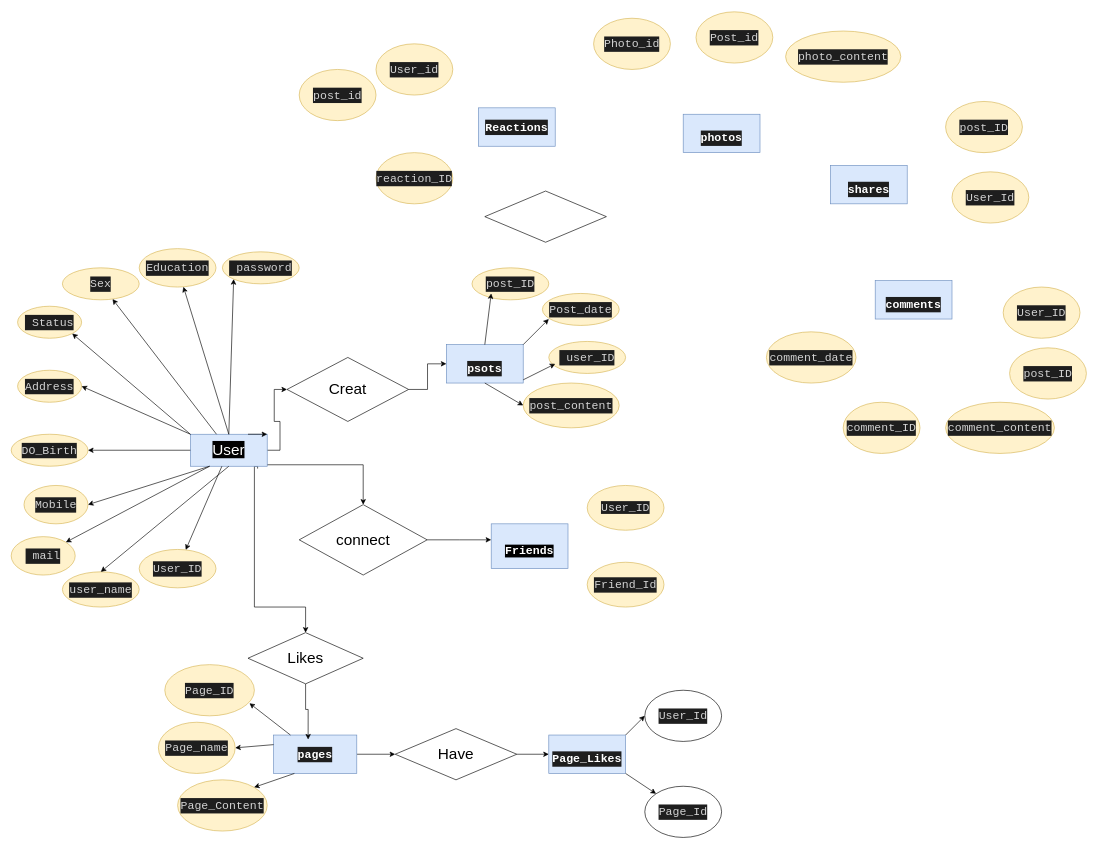
Earlier version of the draw.io diagram weyou/Untitled Diagram.drawio (elarabyelaidy19/database_of_databases). Source tidied: cells renumbered, new cells numbered last; positions are measured from the earlier drawing's top-left corner, leaving out a move shared by most shapes. Both pictures are drawn from the tidied source at 64%, with x=0, y=0 at pixel (11, 12).
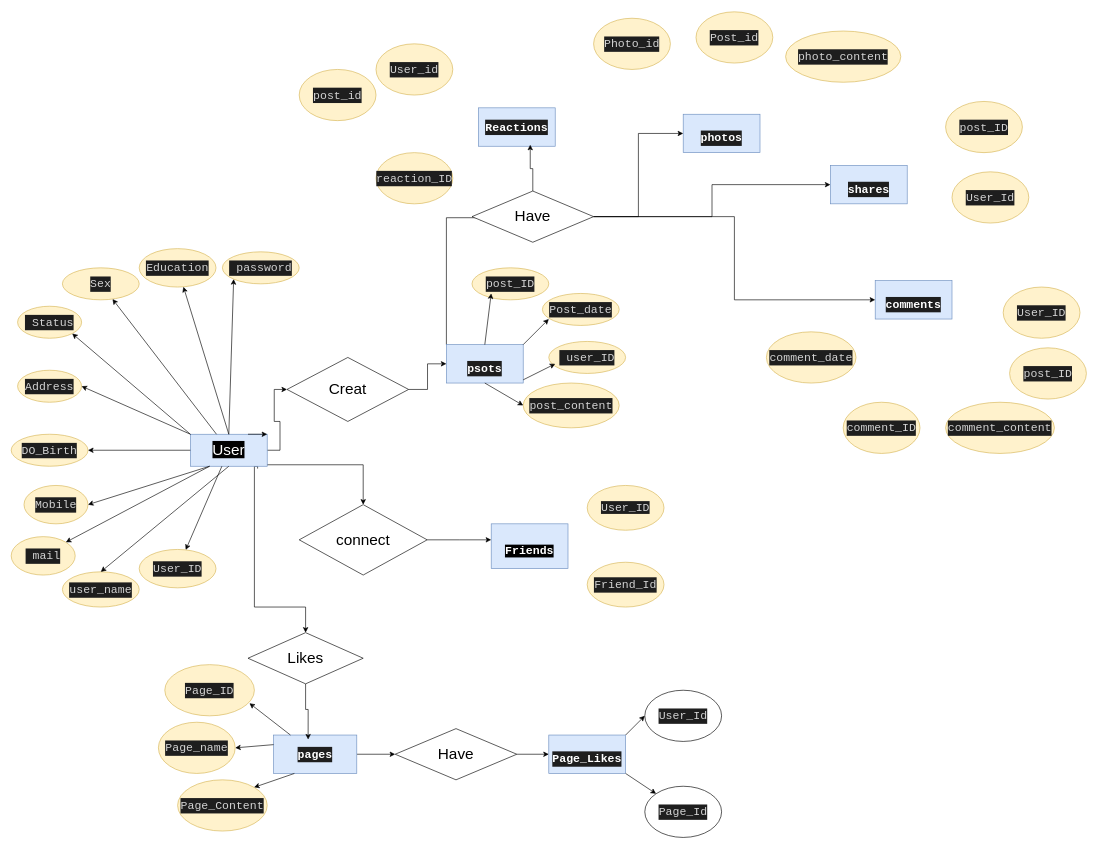
After the change.

Commit message:
Relationships Type

Unchanged cells that the change refers to:
```xml
<mxCell id="2" value="&lt;font color=&quot;#ffffff&quot;&gt;&lt;br&gt;&lt;br&gt;&lt;/font&gt;&lt;div style=&quot;background-color: rgb(30 , 30 , 30) ; font-family: &amp;#34;consolas&amp;#34; , &amp;#34;courier new&amp;#34; , monospace ; font-weight: normal ; font-size: 18px ; line-height: 24px&quot;&gt;&lt;div&gt;&lt;span style=&quot;font-weight: bold&quot;&gt;&lt;font color=&quot;#ffffff&quot;&gt;comments&lt;/font&gt;&lt;/span&gt;&lt;/div&gt;&lt;/div&gt;&lt;font color=&quot;#ffffff&quot;&gt;&lt;br&gt;&lt;/font&gt;" style="rounded=0;whiteSpace=wrap;html=1;fillColor=#dae8fc;strokeColor=#6c8ebf;" parent="1" vertex="1">
  <mxGeometry x="1350" y="420" width="120" height="60" as="geometry" />
</mxCell>
<mxCell id="5" value="&lt;font color=&quot;#ffffff&quot;&gt;&lt;br&gt;&lt;br&gt;&lt;/font&gt;&lt;div style=&quot;background-color: rgb(30 , 30 , 30) ; font-family: &amp;#34;consolas&amp;#34; , &amp;#34;courier new&amp;#34; , monospace ; font-weight: normal ; font-size: 18px ; line-height: 24px&quot;&gt;&lt;div&gt;&lt;span style=&quot;font-weight: bold&quot;&gt;&lt;font color=&quot;#ffffff&quot;&gt;photos&lt;/font&gt;&lt;/span&gt;&lt;/div&gt;&lt;/div&gt;&lt;font color=&quot;#ffffff&quot;&gt;&lt;br&gt;&lt;/font&gt;" style="rounded=0;whiteSpace=wrap;html=1;fillColor=#dae8fc;strokeColor=#6c8ebf;" parent="1" vertex="1">
  <mxGeometry x="1050" y="160" width="120" height="60" as="geometry" />
</mxCell>
<mxCell id="12" value="&lt;font color=&quot;#ffffff&quot;&gt;&lt;br&gt;&lt;br&gt;&lt;/font&gt;&lt;div style=&quot;background-color: rgb(30 , 30 , 30) ; font-family: &amp;#34;consolas&amp;#34; , &amp;#34;courier new&amp;#34; , monospace ; font-weight: normal ; font-size: 18px ; line-height: 24px&quot;&gt;&lt;div&gt;&lt;span style=&quot;font-weight: bold&quot;&gt;&lt;font color=&quot;#ffffff&quot;&gt;psots&lt;/font&gt;&lt;/span&gt;&lt;/div&gt;&lt;/div&gt;&lt;font color=&quot;#ffffff&quot;&gt;&lt;br&gt;&lt;/font&gt;" style="rounded=0;whiteSpace=wrap;html=1;fillColor=#dae8fc;strokeColor=#6c8ebf;" parent="1" vertex="1">
  <mxGeometry x="680" y="520" width="120" height="60" as="geometry" />
</mxCell>
<mxCell id="13" value="&lt;font color=&quot;#ffffff&quot;&gt;&lt;br&gt;&lt;br&gt;&lt;/font&gt;&lt;div style=&quot;background-color: rgb(30 , 30 , 30) ; font-family: &amp;#34;consolas&amp;#34; , &amp;#34;courier new&amp;#34; , monospace ; font-weight: normal ; font-size: 18px ; line-height: 24px&quot;&gt;&lt;div&gt;&lt;span style=&quot;font-weight: bold&quot;&gt;&lt;font color=&quot;#ffffff&quot;&gt;shares&lt;/font&gt;&lt;/span&gt;&lt;/div&gt;&lt;/div&gt;&lt;font color=&quot;#ffffff&quot;&gt;&lt;br&gt;&lt;/font&gt;" style="rounded=0;whiteSpace=wrap;html=1;fillColor=#dae8fc;strokeColor=#6c8ebf;" parent="1" vertex="1">
  <mxGeometry x="1280" y="240" width="120" height="60" as="geometry" />
</mxCell>
<mxCell id="14" value="&lt;div style=&quot;background-color: rgb(30 , 30 , 30) ; font-family: &amp;#34;consolas&amp;#34; , &amp;#34;courier new&amp;#34; , monospace ; font-size: 18px ; line-height: 24px&quot;&gt;&lt;span style=&quot;font-weight: bold&quot;&gt;&lt;font color=&quot;#ffffff&quot;&gt;Reactions&lt;/font&gt;&lt;/span&gt;&lt;/div&gt;" style="rounded=0;whiteSpace=wrap;html=1;fillColor=#dae8fc;strokeColor=#6c8ebf;" parent="1" vertex="1">
  <mxGeometry x="730" y="150" width="120" height="60" as="geometry" />
</mxCell>
```

Diff of the diagram source:
```diff
@@
+    <mxCell id="79" style="edgeStyle=orthogonalEdgeStyle;rounded=0;jettySize=auto;html=1;exitX=0;exitY=0;exitDx=0;exitDy=0;entryX=0.111;entryY=0.521;entryDx=0;entryDy=0;entryPerimeter=0;" parent="1" edge="1" source="12" target="53">
+      <mxGeometry relative="1" as="geometry">
+        <Array as="points">
+          <mxPoint x="680" y="322" />
+        </Array>
+      </mxGeometry>
+    </mxCell>
@@
+    <mxCell id="80" style="edgeStyle=orthogonalEdgeStyle;rounded=0;jettySize=auto;html=1;exitX=0.5;exitY=0;exitDx=0;exitDy=0;entryX=0.675;entryY=0.961;entryDx=0;entryDy=0;entryPerimeter=0;" parent="1" edge="1" source="53" target="14">
+      <mxGeometry relative="1" as="geometry" />
+    </mxCell>
+    <mxCell id="81" style="edgeStyle=orthogonalEdgeStyle;rounded=0;jettySize=auto;html=1;exitX=1;exitY=0.5;exitDx=0;exitDy=0;entryX=0;entryY=0.5;entryDx=0;entryDy=0;" parent="1" edge="1" source="53" target="5">
+      <mxGeometry relative="1" as="geometry">
+        <Array as="points">
+          <mxPoint x="980" y="320" />
+          <mxPoint x="980" y="190" />
+        </Array>
+      </mxGeometry>
+    </mxCell>
+    <mxCell id="82" style="edgeStyle=orthogonalEdgeStyle;rounded=0;jettySize=auto;html=1;entryX=0;entryY=0.5;entryDx=0;entryDy=0;" parent="1" edge="1" source="53" target="13">
+      <mxGeometry relative="1" as="geometry" />
+    </mxCell>
+    <mxCell id="83" style="edgeStyle=orthogonalEdgeStyle;rounded=0;jettySize=auto;html=1;entryX=0;entryY=0.5;entryDx=0;entryDy=0;" parent="1" edge="1" source="53" target="2">
+      <mxGeometry relative="1" as="geometry" />
+    </mxCell>
-    <mxCell id="53" style="rhombus;whiteSpace=wrap;html=1;" parent="1" vertex="1">
-      <mxGeometry x="740" y="280" width="190" height="80" as="geometry" />
+    <mxCell id="53" value="&lt;font style=&quot;font-size: 24px&quot;&gt;Have&lt;/font&gt;" style="rhombus;whiteSpace=wrap;html=1;" parent="1" vertex="1">
+      <mxGeometry x="720" y="280" width="190" height="80" as="geometry" />
     </mxCell>
```
